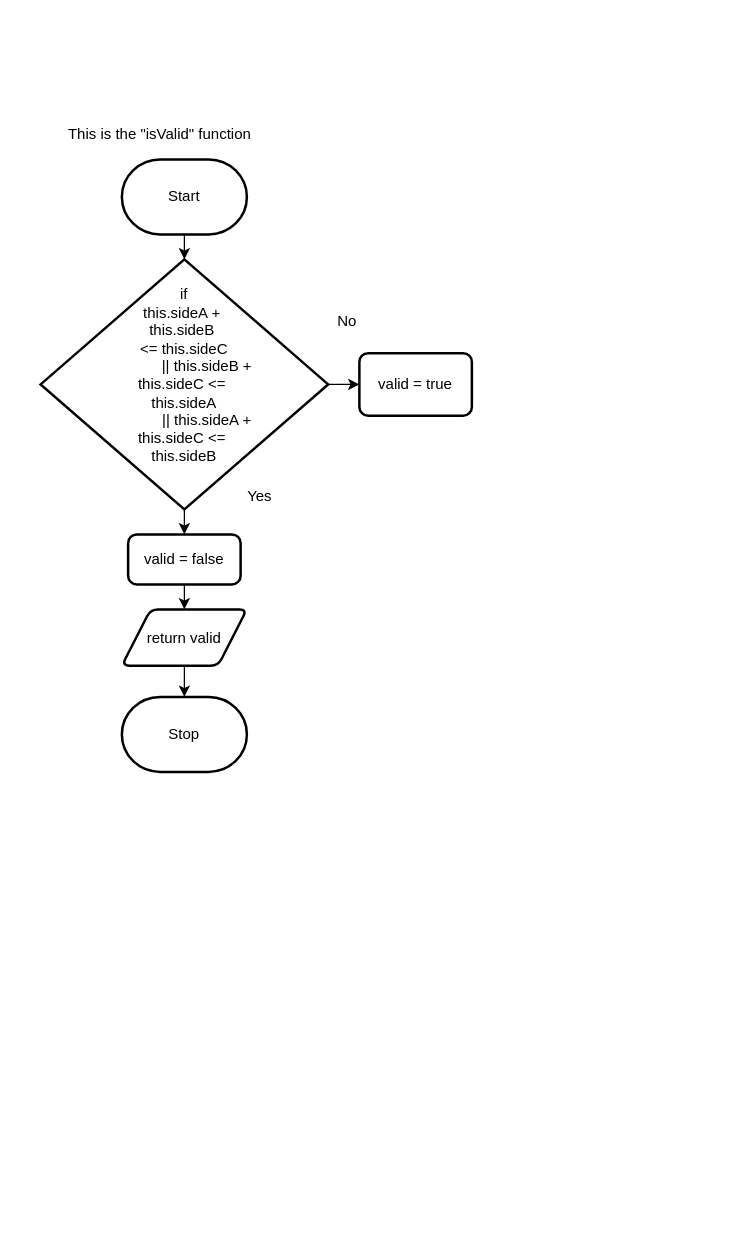
Before: design/flowchart.drawio in evan-beaudoin99/ICS4U-Assignment3, a draw.io diagram. Source tidied: cells renumbered, new cells numbered last; positions are measured from the earlier drawing's top-left corner, leaving out a move shared by most shapes. Both pictures are drawn from the tidied source at 125%, with x=0, y=0 at pixel (40, 115).
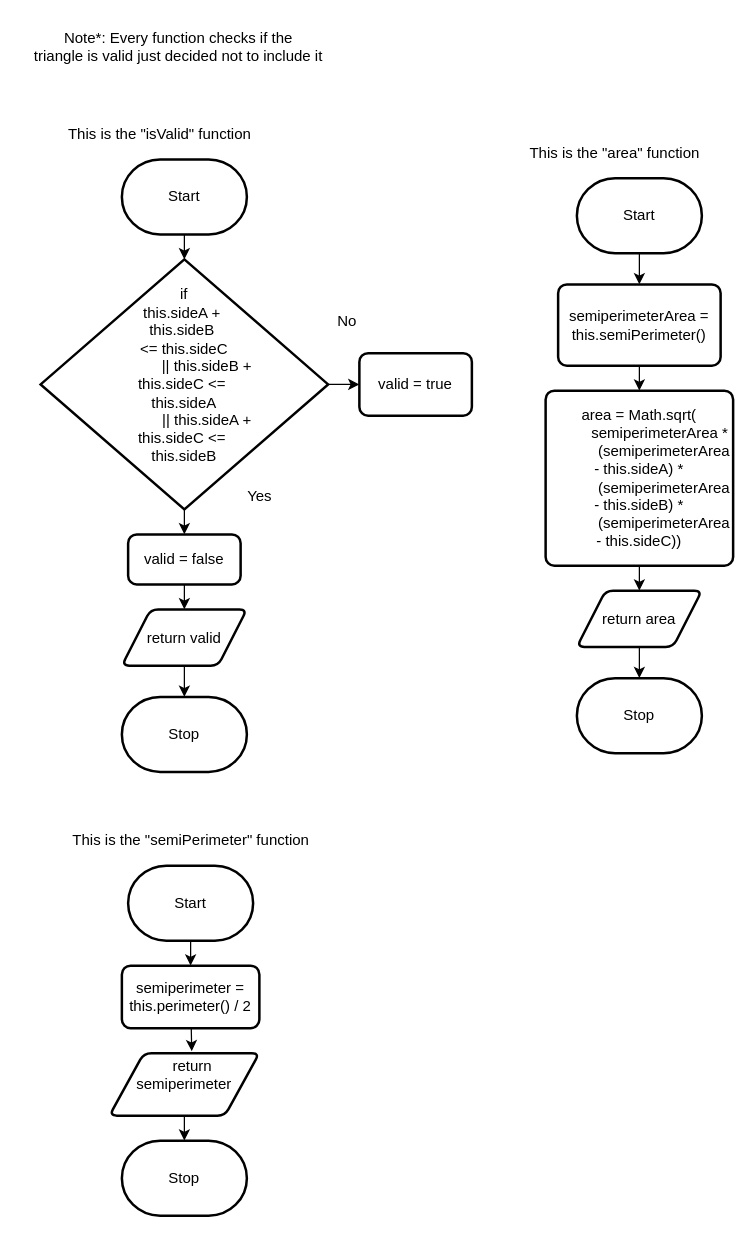
The same page after the edit.

Change to the diagram source:
```diff
@@
+    <mxCell id="16" style="edgeStyle=none;html=1;" parent="1" edge="1" source="17">
+      <mxGeometry relative="1" as="geometry">
+        <mxPoint x="479" y="135" as="targetPoint" />
+      </mxGeometry>
+    </mxCell>
+    <mxCell id="17" value="Start" style="strokeWidth=2;html=1;shape=mxgraph.flowchart.terminator;whiteSpace=wrap;" parent="1" vertex="1">
+      <mxGeometry x="429" y="50" width="100" height="60" as="geometry" />
+    </mxCell>
+    <mxCell id="18" value="Stop" style="strokeWidth=2;html=1;shape=mxgraph.flowchart.terminator;whiteSpace=wrap;" parent="1" vertex="1">
+      <mxGeometry x="429" y="450" width="100" height="60" as="geometry" />
+    </mxCell>
+    <mxCell id="19" style="edgeStyle=none;html=1;" parent="1" edge="1" source="20" target="25">
+      <mxGeometry relative="1" as="geometry" />
+    </mxCell>
+    <mxCell id="20" value="semiperimeterArea = this.semiPerimeter()" style="rounded=1;whiteSpace=wrap;html=1;absoluteArcSize=1;arcSize=14;strokeWidth=2;" parent="1" vertex="1">
+      <mxGeometry x="414" y="135" width="130" height="65" as="geometry" />
+    </mxCell>
+    <mxCell id="21" style="edgeStyle=none;html=1;" parent="1" edge="1" source="22" target="18">
+      <mxGeometry relative="1" as="geometry" />
+    </mxCell>
+    <mxCell id="22" value="return area" style="shape=parallelogram;html=1;strokeWidth=2;perimeter=parallelogramPerimeter;whiteSpace=wrap;rounded=1;arcSize=12;size=0.23;" parent="1" vertex="1">
+      <mxGeometry x="429" y="380" width="100" height="45" as="geometry" />
+    </mxCell>
+    <mxCell id="23" value="This is the &quot;area&quot; function" style="text;html=1;align=center;verticalAlign=middle;strokeColor=none;fillColor=none;" parent="1" vertex="1">
+      <mxGeometry x="379" y="15" width="160" height="30" as="geometry" />
+    </mxCell>
+    <mxCell id="24" style="edgeStyle=none;html=1;" parent="1" edge="1" source="25" target="22">
+      <mxGeometry relative="1" as="geometry" />
+    </mxCell>
+    <mxCell id="25" value="&lt;div&gt;area = Math.sqrt(&lt;/div&gt;&lt;div&gt;&amp;nbsp; &amp;nbsp; &amp;nbsp; &amp;nbsp; &amp;nbsp; semiperimeterArea *&lt;/div&gt;&lt;div&gt;&amp;nbsp; &amp;nbsp; &amp;nbsp; &amp;nbsp; &amp;nbsp; &amp;nbsp; (semiperimeterArea - this.sideA) *&lt;/div&gt;&lt;div&gt;&amp;nbsp; &amp;nbsp; &amp;nbsp; &amp;nbsp; &amp;nbsp; &amp;nbsp; (semiperimeterArea - this.sideB) *&lt;/div&gt;&lt;div&gt;&amp;nbsp; &amp;nbsp; &amp;nbsp; &amp;nbsp; &amp;nbsp; &amp;nbsp; (semiperimeterArea - this.sideC)&lt;span style=&quot;background-color: initial;&quot;&gt;)&lt;/span&gt;&lt;/div&gt;" style="rounded=1;whiteSpace=wrap;html=1;absoluteArcSize=1;arcSize=14;strokeWidth=2;" parent="1" vertex="1">
+      <mxGeometry x="404" y="220" width="150" height="140" as="geometry" />
+    </mxCell>
+    <mxCell id="26" value="Note*: Every function checks if the &lt;br&gt;triangle is valid just decided not to include it" style="text;html=1;align=center;verticalAlign=middle;strokeColor=none;fillColor=none;" parent="1" vertex="1">
+      <mxGeometry x="-15" y="-75" width="250" height="40" as="geometry" />
+    </mxCell>
+    <mxCell id="27" style="edgeStyle=none;html=1;entryX=0.5;entryY=0;entryDx=0;entryDy=0;" parent="1" edge="1" source="28" target="31">
+      <mxGeometry relative="1" as="geometry" />
+    </mxCell>
+    <mxCell id="28" value="Start" style="strokeWidth=2;html=1;shape=mxgraph.flowchart.terminator;whiteSpace=wrap;" parent="1" vertex="1">
+      <mxGeometry x="70" y="600" width="100" height="60" as="geometry" />
+    </mxCell>
+    <mxCell id="29" value="Stop" style="strokeWidth=2;html=1;shape=mxgraph.flowchart.terminator;whiteSpace=wrap;" parent="1" vertex="1">
+      <mxGeometry x="65" y="820" width="100" height="60" as="geometry" />
+    </mxCell>
+    <mxCell id="30" style="edgeStyle=none;html=1;entryX=0.549;entryY=-0.031;entryDx=0;entryDy=0;entryPerimeter=0;" parent="1" edge="1" source="31" target="33">
+      <mxGeometry relative="1" as="geometry" />
+    </mxCell>
+    <mxCell id="31" value="semiperimeter = this.perimeter() / 2" style="rounded=1;whiteSpace=wrap;html=1;absoluteArcSize=1;arcSize=14;strokeWidth=2;" parent="1" vertex="1">
+      <mxGeometry x="65" y="680" width="110" height="50" as="geometry" />
+    </mxCell>
+    <mxCell id="32" style="edgeStyle=none;html=1;entryX=0.5;entryY=0;entryDx=0;entryDy=0;entryPerimeter=0;" parent="1" edge="1" source="33" target="29">
+      <mxGeometry relative="1" as="geometry" />
+    </mxCell>
+    <mxCell id="33" value="&lt;div&gt;&amp;nbsp; &amp;nbsp; return semiperimeter&lt;/div&gt;&lt;div&gt;&lt;br&gt;&lt;/div&gt;" style="shape=parallelogram;html=1;strokeWidth=2;perimeter=parallelogramPerimeter;whiteSpace=wrap;rounded=1;arcSize=12;size=0.23;" parent="1" vertex="1">
+      <mxGeometry x="55" y="750" width="120" height="50" as="geometry" />
+    </mxCell>
+    <mxCell id="34" value="This is the &quot;semiPerimeter&quot; function" style="text;html=1;align=center;verticalAlign=middle;strokeColor=none;fillColor=none;" parent="1" vertex="1">
+      <mxGeometry x="15" y="565" width="210" height="30" as="geometry" />
+    </mxCell>
```
